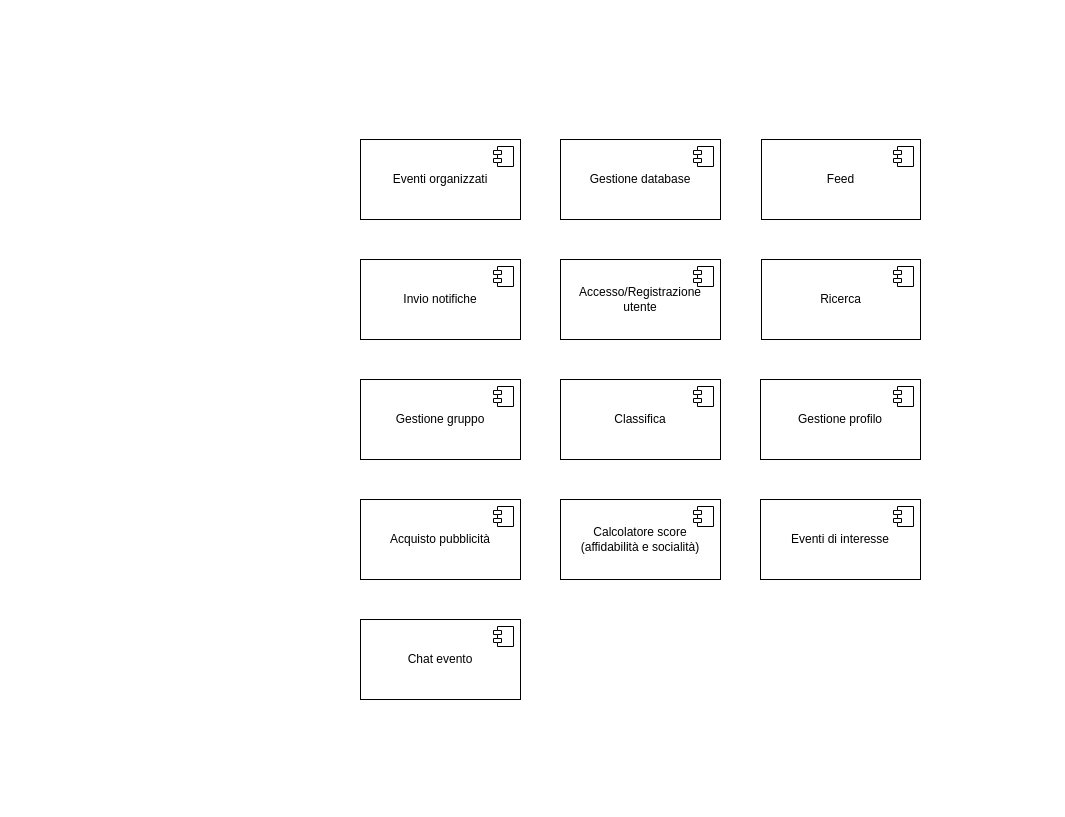
The draw.io diagram docs/component_diagram.drawio in SamueleFacenda/activitn, before the edit. Source tidied: cells renumbered, new cells numbered last; positions are measured from the earlier drawing's top-left corner, leaving out a move shared by most shapes. Both pictures are drawn from the tidied source at 100%, with x=0, y=0 at pixel (360, 139).
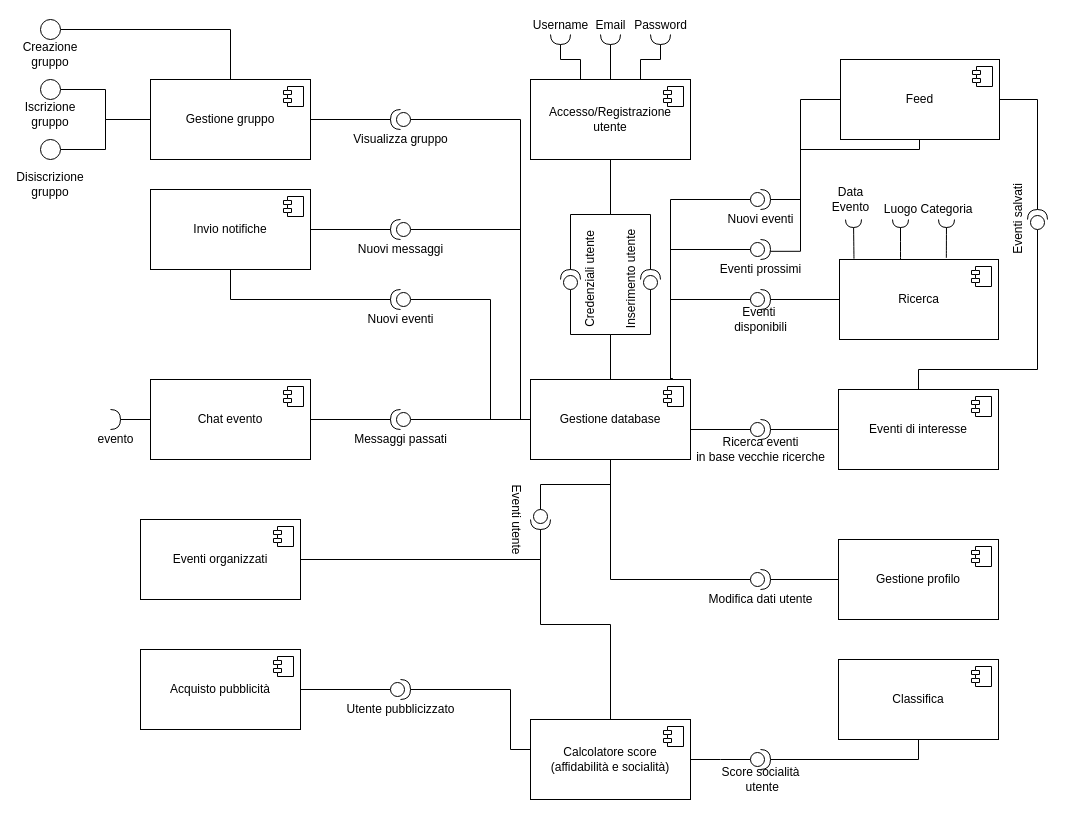
The same page after the edit.

Commit message:
docs: connect components in component diagram

What changed in the source:
```diff
@@
     <mxCell id="2" value="Accesso/Registrazione&lt;div&gt;utente&lt;/div&gt;" style="html=1;whiteSpace=wrap;" parent="1" vertex="1">
-      <mxGeometry x="200" y="120" width="160" height="80" as="geometry" />
+      <mxGeometry x="170" y="-60" width="160" height="80" as="geometry" />
     </mxCell>
@@
     <mxCell id="4" value="Gestione database" style="html=1;whiteSpace=wrap;" parent="1" vertex="1">
-      <mxGeometry x="200" width="160" height="80" as="geometry" />
+      <mxGeometry x="170" y="240" width="160" height="80" as="geometry" />
     </mxCell>
@@
     <mxCell id="6" value="Classifica" style="html=1;whiteSpace=wrap;" parent="1" vertex="1">
-      <mxGeometry x="200" y="240" width="160" height="80" as="geometry" />
+      <mxGeometry x="478" y="520" width="160" height="80" as="geometry" />
     </mxCell>
@@
     <mxCell id="8" value="Calcolatore score&lt;div&gt;(affidabilità e socialità)&lt;/div&gt;" style="html=1;whiteSpace=wrap;" parent="1" vertex="1">
-      <mxGeometry x="200" y="360" width="160" height="80" as="geometry" />
+      <mxGeometry x="170" y="580" width="160" height="80" as="geometry" />
     </mxCell>
@@
     <mxCell id="10" value="Feed" style="html=1;whiteSpace=wrap;" parent="1" vertex="1">
-      <mxGeometry x="401" width="159" height="80" as="geometry" />
+      <mxGeometry x="480" y="-80" width="159" height="80" as="geometry" />
     </mxCell>
@@
+    <mxCell id="28" style="edgeStyle=orthogonalEdgeStyle;rounded=0;jettySize=auto;html=1;endArrow=none;endFill=0;" parent="1" edge="1" source="12" target="44">
+      <mxGeometry relative="1" as="geometry" />
+    </mxCell>
     <mxCell id="12" value="Ricerca" style="html=1;whiteSpace=wrap;" parent="1" vertex="1">
-      <mxGeometry x="401" y="120" width="159" height="80" as="geometry" />
+      <mxGeometry x="479" y="120" width="159" height="80" as="geometry" />
     </mxCell>
@@
     <mxCell id="14" value="Gestione profilo" style="html=1;whiteSpace=wrap;" parent="1" vertex="1">
-      <mxGeometry x="400" y="240" width="160" height="80" as="geometry" />
+      <mxGeometry x="478" y="400" width="160" height="80" as="geometry" />
     </mxCell>
@@
     <mxCell id="16" value="Eventi di interesse" style="html=1;whiteSpace=wrap;" parent="1" vertex="1">
-      <mxGeometry x="400" y="360" width="160" height="80" as="geometry" />
+      <mxGeometry x="478" y="250" width="160" height="80" as="geometry" />
     </mxCell>
@@
     <mxCell id="18" value="Eventi organizzati" style="html=1;whiteSpace=wrap;" parent="1" vertex="1">
-      <mxGeometry width="160" height="80" as="geometry" />
+      <mxGeometry x="-220" y="380" width="160" height="80" as="geometry" />
     </mxCell>
@@
     <mxCell id="20" value="Invio notifiche" style="html=1;whiteSpace=wrap;" parent="1" vertex="1">
-      <mxGeometry y="120" width="160" height="80" as="geometry" />
+      <mxGeometry x="-210" y="50" width="160" height="80" as="geometry" />
     </mxCell>
@@
     <mxCell id="22" value="Gestione gruppo" style="html=1;whiteSpace=wrap;" parent="1" vertex="1">
-      <mxGeometry y="240" width="160" height="80" as="geometry" />
+      <mxGeometry x="-210" y="-60" width="160" height="80" as="geometry" />
     </mxCell>
@@
     <mxCell id="24" value="Acquisto pubblicità" style="html=1;whiteSpace=wrap;" parent="1" vertex="1">
-      <mxGeometry y="360" width="160" height="80" as="geometry" />
+      <mxGeometry x="-220" y="510" width="160" height="80" as="geometry" />
     </mxCell>
@@
+    <mxCell id="29" style="edgeStyle=orthogonalEdgeStyle;rounded=0;jettySize=auto;html=1;entryX=1;entryY=0.5;entryDx=0;entryDy=0;entryPerimeter=0;endArrow=none;endFill=0;" parent="1" edge="1" source="26" target="59">
+      <mxGeometry relative="1" as="geometry" />
+    </mxCell>
     <mxCell id="26" value="Chat evento" style="html=1;whiteSpace=wrap;" parent="1" vertex="1">
-      <mxGeometry y="480" width="160" height="80" as="geometry" />
+      <mxGeometry x="-210" y="240" width="160" height="80" as="geometry" />
     </mxCell>
@@
+    <mxCell id="30" style="ellipse;whiteSpace=wrap;html=1;align=center;fillColor=none;strokeColor=none;perimeter=centerPerimeter;" parent="1" vertex="1">
+      <mxGeometry x="130" y="90" width="10" height="10" as="geometry" />
+    </mxCell>
+    <mxCell id="31" style="edgeStyle=orthogonalEdgeStyle;rounded=0;jettySize=auto;html=1;endArrow=none;endFill=0;exitX=0;exitY=0.5;exitDx=0;exitDy=0;exitPerimeter=0;" parent="1" edge="1" source="33" target="8">
+      <mxGeometry relative="1" as="geometry">
+        <Array as="points">
+          <mxPoint x="360" y="620" />
+          <mxPoint x="360" y="620" />
+        </Array>
+      </mxGeometry>
+    </mxCell>
+    <mxCell id="32" style="edgeStyle=orthogonalEdgeStyle;rounded=0;jettySize=auto;html=1;endArrow=none;endFill=0;" parent="1" edge="1" source="33" target="6">
+      <mxGeometry relative="1" as="geometry" />
+    </mxCell>
+    <mxCell id="33" value="Score socialità&lt;div&gt;&amp;nbsp;utente&lt;/div&gt;" style="shape=providedRequiredInterface;html=1;verticalLabelPosition=bottom;sketch=0;" parent="1" vertex="1">
+      <mxGeometry x="390" y="610" width="20" height="20" as="geometry" />
+    </mxCell>
+    <mxCell id="34" style="edgeStyle=orthogonalEdgeStyle;rounded=0;jettySize=auto;html=1;endArrow=none;endFill=0;exitX=1;exitY=0.5;exitDx=0;exitDy=0;exitPerimeter=0;" parent="1" edge="1" source="36" target="8">
+      <mxGeometry relative="1" as="geometry">
+        <Array as="points">
+          <mxPoint x="150" y="610" />
+        </Array>
+      </mxGeometry>
+    </mxCell>
+    <mxCell id="35" style="edgeStyle=orthogonalEdgeStyle;rounded=0;jettySize=auto;html=1;endArrow=none;endFill=0;" parent="1" edge="1" source="36" target="24">
+      <mxGeometry relative="1" as="geometry" />
+    </mxCell>
+    <mxCell id="36" value="Utente pubblicizzato" style="shape=providedRequiredInterface;html=1;verticalLabelPosition=bottom;sketch=0;" parent="1" vertex="1">
+      <mxGeometry x="30" y="540" width="20" height="20" as="geometry" />
+    </mxCell>
+    <mxCell id="37" value="Ricerca eventi&lt;div&gt;in base vecchie ricerche&lt;/div&gt;" style="shape=providedRequiredInterface;html=1;verticalLabelPosition=bottom;sketch=0;" parent="1" vertex="1">
+      <mxGeometry x="390" y="280" width="20" height="20" as="geometry" />
+    </mxCell>
+    <mxCell id="38" style="edgeStyle=orthogonalEdgeStyle;rounded=0;jettySize=auto;html=1;endArrow=none;endFill=0;exitX=1;exitY=0.5;exitDx=0;exitDy=0;exitPerimeter=0;" parent="1" edge="1" source="37" target="16">
+      <mxGeometry relative="1" as="geometry" />
+    </mxCell>
+    <mxCell id="39" style="edgeStyle=orthogonalEdgeStyle;rounded=0;jettySize=auto;html=1;endArrow=none;endFill=0;exitX=1;exitY=0.5;exitDx=0;exitDy=0;exitPerimeter=0;" parent="1" edge="1" source="41" target="8">
+      <mxGeometry relative="1" as="geometry" />
+    </mxCell>
+    <mxCell id="40" style="edgeStyle=orthogonalEdgeStyle;rounded=0;jettySize=auto;html=1;endArrow=none;endFill=0;exitX=1;exitY=0.5;exitDx=0;exitDy=0;exitPerimeter=0;" parent="1" edge="1" source="41" target="18">
+      <mxGeometry relative="1" as="geometry">
+        <Array as="points">
+          <mxPoint x="180" y="420" />
+        </Array>
+      </mxGeometry>
+    </mxCell>
+    <mxCell id="41" value="Eventi utente" style="shape=providedRequiredInterface;html=1;verticalLabelPosition=bottom;sketch=0;rotation=90;horizontal=1;verticalAlign=top;direction=east;flipH=0;flipV=1;labelPosition=center;align=center;" parent="1" vertex="1">
+      <mxGeometry x="170" y="370" width="20" height="20" as="geometry" />
+    </mxCell>
+    <mxCell id="42" style="edgeStyle=orthogonalEdgeStyle;rounded=0;jettySize=auto;html=1;endArrow=none;endFill=0;entryX=0;entryY=0.5;entryDx=0;entryDy=0;entryPerimeter=0;" parent="1" edge="1" source="4" target="37">
+      <mxGeometry relative="1" as="geometry">
+        <Array as="points">
+          <mxPoint x="310" y="290" />
+        </Array>
+      </mxGeometry>
+    </mxCell>
+    <mxCell id="43" style="edgeStyle=orthogonalEdgeStyle;rounded=0;jettySize=auto;html=1;endArrow=none;endFill=0;exitX=0;exitY=0.5;exitDx=0;exitDy=0;exitPerimeter=0;" parent="1" edge="1" source="41" target="4">
+      <mxGeometry relative="1" as="geometry" />
+    </mxCell>
+    <mxCell id="44" value="Eventi&amp;nbsp;&lt;div&gt;disponibili&lt;/div&gt;" style="shape=providedRequiredInterface;html=1;verticalLabelPosition=bottom;sketch=0;" parent="1" vertex="1">
+      <mxGeometry x="390" y="150" width="20" height="20" as="geometry" />
+    </mxCell>
+    <mxCell id="45" value="Inserimento utente" style="shape=providedRequiredInterface;html=1;verticalLabelPosition=top;sketch=0;rotation=-90;labelPosition=center;align=center;verticalAlign=bottom;" parent="1" vertex="1">
+      <mxGeometry x="280" y="130" width="20" height="20" as="geometry" />
+    </mxCell>
+    <mxCell id="46" style="edgeStyle=orthogonalEdgeStyle;rounded=0;jettySize=auto;html=1;endArrow=none;endFill=0;entryX=0.89;entryY=-0.012;entryDx=0;entryDy=0;entryPerimeter=0;exitX=0;exitY=0.5;exitDx=0;exitDy=0;exitPerimeter=0;" parent="1" edge="1" source="44" target="4">
+      <mxGeometry relative="1" as="geometry">
+        <Array as="points">
+          <mxPoint x="310" y="160" />
+          <mxPoint x="310" y="239" />
+        </Array>
+      </mxGeometry>
+    </mxCell>
+    <mxCell id="47" style="edgeStyle=orthogonalEdgeStyle;rounded=0;jettySize=auto;html=1;exitX=1;exitY=0.5;exitDx=0;exitDy=0;exitPerimeter=0;endArrow=none;endFill=0;" parent="1" edge="1" source="49" target="2">
+      <mxGeometry relative="1" as="geometry" />
+    </mxCell>
+    <mxCell id="48" style="edgeStyle=orthogonalEdgeStyle;rounded=0;jettySize=auto;html=1;exitX=0;exitY=0.5;exitDx=0;exitDy=0;exitPerimeter=0;endArrow=none;endFill=0;" parent="1" edge="1" source="49" target="4">
+      <mxGeometry relative="1" as="geometry" />
+    </mxCell>
+    <mxCell id="49" value="Credenziali utente" style="shape=providedRequiredInterface;html=1;verticalLabelPosition=bottom;sketch=0;rotation=-90;" parent="1" vertex="1">
+      <mxGeometry x="200" y="130" width="20" height="20" as="geometry" />
+    </mxCell>
+    <mxCell id="50" style="edgeStyle=orthogonalEdgeStyle;rounded=0;jettySize=auto;html=1;exitX=1;exitY=0.5;exitDx=0;exitDy=0;exitPerimeter=0;endArrow=none;endFill=0;" parent="1" edge="1" source="45" target="2">
+      <mxGeometry relative="1" as="geometry" />
+    </mxCell>
+    <mxCell id="51" style="edgeStyle=orthogonalEdgeStyle;rounded=0;jettySize=auto;html=1;exitX=1;exitY=0.5;exitDx=0;exitDy=0;exitPerimeter=0;endArrow=none;endFill=0;" parent="1" edge="1" source="53" target="10">
+      <mxGeometry relative="1" as="geometry">
+        <Array as="points">
+          <mxPoint x="677" y="-40" />
+        </Array>
+      </mxGeometry>
+    </mxCell>
+    <mxCell id="52" style="edgeStyle=orthogonalEdgeStyle;rounded=0;jettySize=auto;html=1;exitX=0;exitY=0.5;exitDx=0;exitDy=0;exitPerimeter=0;endArrow=none;endFill=0;" parent="1" edge="1" source="53" target="16">
+      <mxGeometry relative="1" as="geometry">
+        <Array as="points">
+          <mxPoint x="677" y="230" />
+          <mxPoint x="558" y="230" />
+        </Array>
+      </mxGeometry>
+    </mxCell>
+    <mxCell id="53" value="Eventi salvati" style="shape=providedRequiredInterface;html=1;verticalLabelPosition=top;sketch=0;rotation=-90;labelPosition=center;align=center;verticalAlign=bottom;" parent="1" vertex="1">
+      <mxGeometry x="667" y="70" width="20" height="20" as="geometry" />
+    </mxCell>
+    <mxCell id="54" value="Data&lt;div&gt;Evento&lt;/div&gt;" style="rounded=0;jettySize=auto;html=1;endArrow=halfCircle;endFill=0;endSize=6;strokeWidth=1;sketch=0;fontSize=12;curved=1;exitX=0.091;exitY=-0.01;exitDx=0;exitDy=0;exitPerimeter=0;" parent="1" edge="1" source="12">
+      <mxGeometry x="1" y="20" relative="1" as="geometry">
+        <mxPoint x="493" y="80" as="targetPoint" />
+        <mxPoint x="17" y="-20" as="offset" />
+      </mxGeometry>
+    </mxCell>
+    <mxCell id="55" value="Luogo" style="rounded=0;orthogonalLoop=1;jettySize=auto;html=1;endArrow=halfCircle;endFill=0;endSize=6;strokeWidth=1;sketch=0;fontSize=12;curved=1;" parent="1" edge="1">
+      <mxGeometry x="1" y="10" relative="1" as="geometry">
+        <mxPoint x="540" y="120" as="sourcePoint" />
+        <mxPoint x="540" y="80" as="targetPoint" />
+        <mxPoint x="10" y="-10" as="offset" />
+      </mxGeometry>
+    </mxCell>
+    <mxCell id="56" value="Categoria" style="rounded=0;jettySize=auto;html=1;endArrow=halfCircle;endFill=0;endSize=6;strokeWidth=1;sketch=0;fontSize=12;curved=1;exitX=0.672;exitY=-0.019;exitDx=0;exitDy=0;exitPerimeter=0;" parent="1" edge="1" source="12">
+      <mxGeometry x="1" y="10" relative="1" as="geometry">
+        <mxPoint x="586" y="80" as="targetPoint" />
+        <mxPoint x="10" y="-10" as="offset" />
+      </mxGeometry>
+    </mxCell>
+    <mxCell id="57" style="edgeStyle=orthogonalEdgeStyle;rounded=0;jettySize=auto;html=1;exitX=0;exitY=0.5;exitDx=0;exitDy=0;exitPerimeter=0;endArrow=none;endFill=0;" parent="1" edge="1" source="45" target="4">
+      <mxGeometry relative="1" as="geometry" />
+    </mxCell>
+    <mxCell id="58" style="edgeStyle=orthogonalEdgeStyle;rounded=0;jettySize=auto;html=1;endArrow=none;endFill=0;" parent="1" edge="1" source="59" target="4">
+      <mxGeometry relative="1" as="geometry" />
+    </mxCell>
+    <mxCell id="59" value="Messaggi passati" style="shape=providedRequiredInterface;html=1;verticalLabelPosition=bottom;sketch=0;rotation=0;direction=west;" parent="1" vertex="1">
+      <mxGeometry x="30" y="270" width="20" height="20" as="geometry" />
+    </mxCell>
+    <mxCell id="60" style="edgeStyle=orthogonalEdgeStyle;rounded=0;jettySize=auto;html=1;endArrow=none;endFill=0;exitX=1;exitY=0.5;exitDx=0;exitDy=0;exitPerimeter=0;" parent="1" edge="1" source="61" target="22">
+      <mxGeometry relative="1" as="geometry" />
+    </mxCell>
+    <mxCell id="61" value="Visualizza gruppo" style="shape=providedRequiredInterface;html=1;verticalLabelPosition=bottom;sketch=0;rotation=0;direction=west;" parent="1" vertex="1">
+      <mxGeometry x="30" y="-30" width="20" height="20" as="geometry" />
+    </mxCell>
+    <mxCell id="62" style="edgeStyle=orthogonalEdgeStyle;rounded=0;jettySize=auto;html=1;endArrow=none;endFill=0;" parent="1" edge="1" source="61" target="4">
+      <mxGeometry relative="1" as="geometry">
+        <Array as="points">
+          <mxPoint x="160" y="-20" />
+          <mxPoint x="160" y="280" />
+        </Array>
+      </mxGeometry>
+    </mxCell>
+    <mxCell id="63" style="edgeStyle=orthogonalEdgeStyle;rounded=0;jettySize=auto;html=1;exitX=0;exitY=0.5;exitDx=0;exitDy=0;exitPerimeter=0;endArrow=none;endFill=0;" parent="1" edge="1" source="65" target="4">
+      <mxGeometry relative="1" as="geometry" />
+    </mxCell>
+    <mxCell id="64" style="edgeStyle=orthogonalEdgeStyle;rounded=0;jettySize=auto;html=1;exitX=1;exitY=0.5;exitDx=0;exitDy=0;exitPerimeter=0;endArrow=none;endFill=0;" parent="1" edge="1" source="65" target="14">
+      <mxGeometry relative="1" as="geometry" />
+    </mxCell>
+    <mxCell id="65" value="Modifica dati utente" style="shape=providedRequiredInterface;html=1;verticalLabelPosition=bottom;sketch=0;" parent="1" vertex="1">
+      <mxGeometry x="390" y="430" width="20" height="20" as="geometry" />
+    </mxCell>
+    <mxCell id="66" value="evento" style="shape=requiredInterface;html=1;verticalLabelPosition=bottom;sketch=0;direction=east;" parent="1" vertex="1">
+      <mxGeometry x="-250" y="270" width="10" height="20" as="geometry" />
+    </mxCell>
+    <mxCell id="67" style="edgeStyle=orthogonalEdgeStyle;rounded=0;jettySize=auto;html=1;exitX=1;exitY=0.5;exitDx=0;exitDy=0;exitPerimeter=0;endArrow=none;endFill=0;" parent="1" edge="1" source="69" target="20">
+      <mxGeometry relative="1" as="geometry" />
+    </mxCell>
+    <mxCell id="68" style="edgeStyle=orthogonalEdgeStyle;rounded=0;jettySize=auto;html=1;exitX=0;exitY=0.5;exitDx=0;exitDy=0;exitPerimeter=0;endArrow=none;endFill=0;" parent="1" edge="1" source="69" target="4">
+      <mxGeometry relative="1" as="geometry">
+        <Array as="points">
+          <mxPoint x="130" y="160" />
+          <mxPoint x="130" y="280" />
+        </Array>
+      </mxGeometry>
+    </mxCell>
+    <mxCell id="69" value="Nuovi eventi" style="shape=providedRequiredInterface;html=1;verticalLabelPosition=bottom;sketch=0;flipH=1;" parent="1" vertex="1">
+      <mxGeometry x="30" y="150" width="20" height="20" as="geometry" />
+    </mxCell>
+    <mxCell id="70" style="edgeStyle=orthogonalEdgeStyle;rounded=0;jettySize=auto;html=1;endArrow=none;endFill=0;" parent="1" edge="1" source="66" target="26">
+      <mxGeometry relative="1" as="geometry" />
+    </mxCell>
+    <mxCell id="71" style="edgeStyle=orthogonalEdgeStyle;rounded=0;jettySize=auto;html=1;exitX=1;exitY=0.5;exitDx=0;exitDy=0;exitPerimeter=0;endArrow=none;endFill=0;" parent="1" edge="1" source="73" target="20">
+      <mxGeometry relative="1" as="geometry" />
+    </mxCell>
+    <mxCell id="72" style="edgeStyle=orthogonalEdgeStyle;rounded=0;jettySize=auto;html=1;exitX=0;exitY=0.5;exitDx=0;exitDy=0;exitPerimeter=0;endArrow=none;endFill=0;" parent="1" edge="1" source="73" target="4">
+      <mxGeometry relative="1" as="geometry">
+        <Array as="points">
+          <mxPoint x="160" y="90" />
+          <mxPoint x="160" y="280" />
+        </Array>
+      </mxGeometry>
+    </mxCell>
+    <mxCell id="73" value="Nuovi messaggi" style="shape=providedRequiredInterface;html=1;verticalLabelPosition=bottom;sketch=0;flipH=1;" parent="1" vertex="1">
+      <mxGeometry x="30" y="80" width="20" height="20" as="geometry" />
+    </mxCell>
+    <mxCell id="74" style="edgeStyle=orthogonalEdgeStyle;rounded=0;jettySize=auto;html=1;exitX=1;exitY=0.5;exitDx=0;exitDy=0;exitPerimeter=0;endArrow=none;endFill=0;" parent="1" edge="1" source="75" target="2">
+      <mxGeometry relative="1" as="geometry" />
+    </mxCell>
+    <mxCell id="75" value="Email" style="shape=requiredInterface;html=1;verticalLabelPosition=top;sketch=0;direction=south;labelPosition=center;align=center;verticalAlign=bottom;" parent="1" vertex="1">
+      <mxGeometry x="240" y="-105" width="20" height="10" as="geometry" />
+    </mxCell>
+    <mxCell id="76" style="edgeStyle=orthogonalEdgeStyle;rounded=0;jettySize=auto;html=1;exitX=1;exitY=0.5;exitDx=0;exitDy=0;exitPerimeter=0;endArrow=none;endFill=0;" parent="1" edge="1" source="77" target="2">
+      <mxGeometry relative="1" as="geometry">
+        <Array as="points">
+          <mxPoint x="300" y="-80" />
+          <mxPoint x="280" y="-80" />
+        </Array>
+      </mxGeometry>
+    </mxCell>
+    <mxCell id="77" value="Password" style="shape=requiredInterface;html=1;verticalLabelPosition=top;sketch=0;direction=south;labelPosition=center;align=center;verticalAlign=bottom;" parent="1" vertex="1">
+      <mxGeometry x="290" y="-105" width="20" height="10" as="geometry" />
+    </mxCell>
+    <mxCell id="78" style="edgeStyle=orthogonalEdgeStyle;rounded=0;jettySize=auto;html=1;exitX=1;exitY=0.5;exitDx=0;exitDy=0;exitPerimeter=0;endArrow=none;endFill=0;" parent="1" edge="1" source="79" target="2">
+      <mxGeometry relative="1" as="geometry">
+        <Array as="points">
+          <mxPoint x="200" y="-80" />
+          <mxPoint x="220" y="-80" />
+        </Array>
+      </mxGeometry>
+    </mxCell>
+    <mxCell id="79" value="Username" style="shape=requiredInterface;html=1;verticalLabelPosition=top;sketch=0;direction=south;labelPosition=center;align=center;verticalAlign=bottom;" parent="1" vertex="1">
+      <mxGeometry x="190" y="-105" width="20" height="10" as="geometry" />
+    </mxCell>
+    <mxCell id="80" style="edgeStyle=orthogonalEdgeStyle;rounded=0;jettySize=auto;html=1;exitX=0;exitY=0.5;exitDx=0;exitDy=0;exitPerimeter=0;endArrow=none;endFill=0;" parent="1" edge="1" source="94" target="4">
+      <mxGeometry relative="1" as="geometry">
+        <Array as="points">
+          <mxPoint x="310" y="60" />
+        </Array>
+      </mxGeometry>
+    </mxCell>
+    <mxCell id="81" style="edgeStyle=orthogonalEdgeStyle;rounded=0;jettySize=auto;html=1;exitX=1;exitY=0.5;exitDx=0;exitDy=0;exitPerimeter=0;endArrow=none;endFill=0;" parent="1" edge="1" source="94" target="10">
+      <mxGeometry relative="1" as="geometry">
+        <Array as="points">
+          <mxPoint x="440" y="60" />
+          <mxPoint x="440" y="-40" />
+        </Array>
+      </mxGeometry>
+    </mxCell>
+    <mxCell id="82" style="edgeStyle=orthogonalEdgeStyle;rounded=0;jettySize=auto;html=1;exitX=0;exitY=0.5;exitDx=0;exitDy=0;exitPerimeter=0;endArrow=none;endFill=0;" parent="1" edge="1" source="84" target="4">
+      <mxGeometry relative="1" as="geometry">
+        <Array as="points">
+          <mxPoint x="310" y="110" />
+        </Array>
+      </mxGeometry>
+    </mxCell>
+    <mxCell id="83" style="edgeStyle=orthogonalEdgeStyle;rounded=0;jettySize=auto;html=1;endArrow=none;endFill=0;exitX=0.998;exitY=0.591;exitDx=0;exitDy=0;exitPerimeter=0;" parent="1" edge="1" source="84" target="10">
+      <mxGeometry relative="1" as="geometry">
+        <Array as="points">
+          <mxPoint x="440" y="112" />
+          <mxPoint x="440" y="10" />
+          <mxPoint x="559" y="10" />
+        </Array>
+      </mxGeometry>
+    </mxCell>
+    <mxCell id="84" value="Eventi prossimi" style="shape=providedRequiredInterface;html=1;verticalLabelPosition=bottom;sketch=0;" parent="1" vertex="1">
+      <mxGeometry x="390" y="100" width="20" height="20" as="geometry" />
+    </mxCell>
+    <mxCell id="85" style="edgeStyle=orthogonalEdgeStyle;rounded=0;jettySize=auto;html=1;endArrow=none;endFill=0;" parent="1" edge="1" source="86" target="22">
+      <mxGeometry relative="1" as="geometry" />
+    </mxCell>
+    <mxCell id="86" style="ellipse;whiteSpace=wrap;html=1;" parent="1" vertex="1">
+      <mxGeometry x="-320" y="-120" width="20" height="20" as="geometry" />
+    </mxCell>
+    <mxCell id="87" style="edgeStyle=orthogonalEdgeStyle;rounded=0;jettySize=auto;html=1;endArrow=none;endFill=0;" parent="1" edge="1" source="88" target="22">
+      <mxGeometry relative="1" as="geometry" />
+    </mxCell>
+    <mxCell id="88" style="ellipse;whiteSpace=wrap;html=1;" parent="1" vertex="1">
+      <mxGeometry x="-320" y="-60" width="20" height="20" as="geometry" />
+    </mxCell>
+    <mxCell id="89" value="Creazione gruppo" style="text;html=1;align=center;verticalAlign=middle;whiteSpace=wrap;rounded=0;" parent="1" vertex="1">
+      <mxGeometry x="-340" y="-100" width="60" height="30" as="geometry" />
+    </mxCell>
+    <mxCell id="90" value="Iscrizione gruppo" style="text;html=1;align=center;verticalAlign=middle;whiteSpace=wrap;rounded=0;" parent="1" vertex="1">
+      <mxGeometry x="-340" y="-40" width="60" height="30" as="geometry" />
+    </mxCell>
+    <mxCell id="91" style="edgeStyle=orthogonalEdgeStyle;rounded=0;jettySize=auto;html=1;endArrow=none;endFill=0;" parent="1" edge="1" source="92" target="22">
+      <mxGeometry relative="1" as="geometry" />
+    </mxCell>
+    <mxCell id="92" style="ellipse;whiteSpace=wrap;html=1;" parent="1" vertex="1">
+      <mxGeometry x="-320" width="20" height="20" as="geometry" />
+    </mxCell>
+    <mxCell id="93" value="Disiscrizione&lt;div&gt;gruppo&lt;/div&gt;" style="text;html=1;align=center;verticalAlign=middle;whiteSpace=wrap;rounded=0;" parent="1" vertex="1">
+      <mxGeometry x="-340" y="30" width="60" height="30" as="geometry" />
+    </mxCell>
+    <mxCell id="94" value="Nuovi eventi" style="shape=providedRequiredInterface;html=1;verticalLabelPosition=bottom;sketch=0;" parent="1" vertex="1">
+      <mxGeometry x="390" y="50" width="20" height="20" as="geometry" />
+    </mxCell>
```
